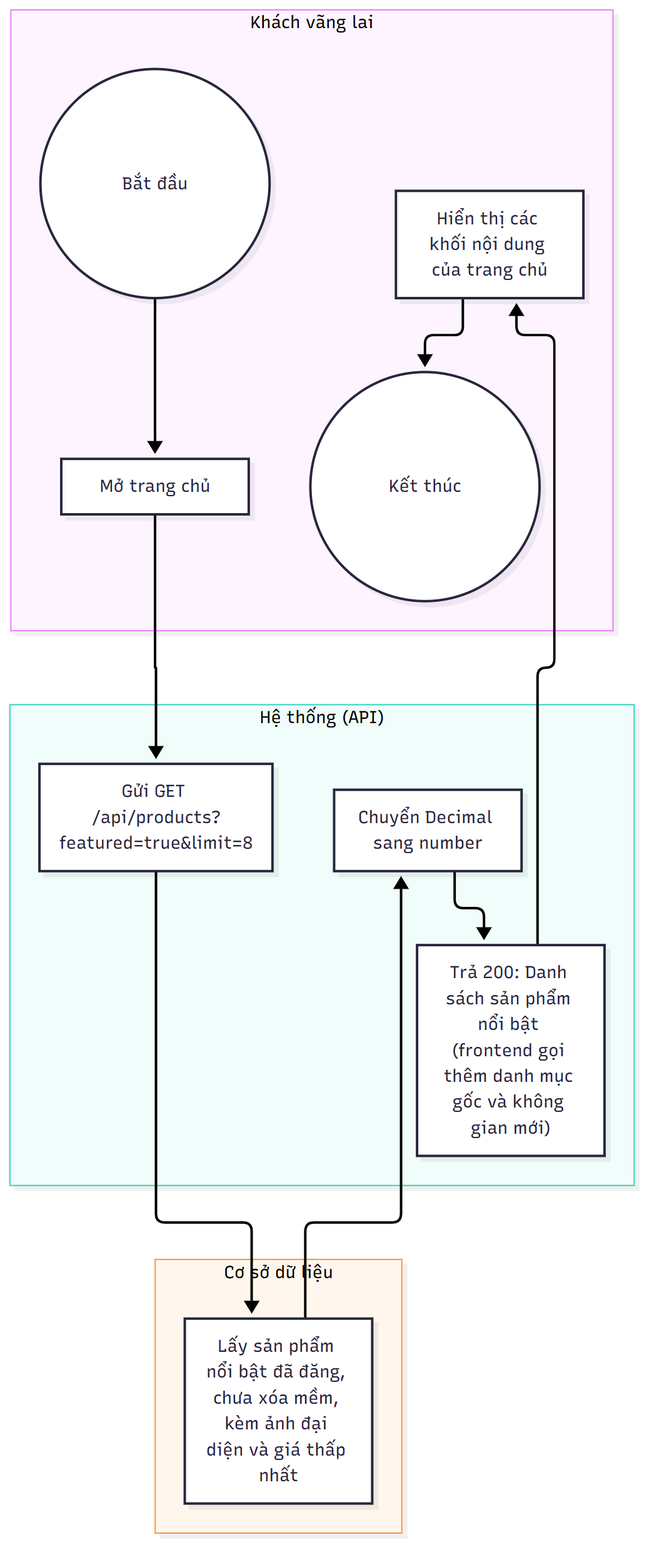
Above: docs/diagrams/png/activity_UC-CAT-01_xem-trang-chu.png in 2431540234-arch/XDUDTMDT (Mermaid), before the change. Its source is kept beside it as docs/diagrams/src/activity_UC-CAT-01_xem-trang-chu.mmd. Its diagram source:
```mermaid
flowchart TD
    subgraph LANE_A["Khách vãng lai"]
        n1(("Bắt đầu"))
        n2["Mở trang chủ"]
        n7["Hiển thị các khối nội dung của trang chủ"]
        n8(("Kết thúc"))
    end
    subgraph LANE_S["Hệ thống (API)"]
        n3["Gửi GET /api/products?featured=true&limit=8"]
        n5["Chuyển Decimal sang number"]
        n6["Trả 200: Danh sách sản phẩm nổi bật (frontend gọi thêm danh mục gốc và không gian mới)"]
    end
    subgraph LANE_D["Cơ sở dữ liệu"]
        n4["Lấy sản phẩm nổi bật đã đăng, chưa xóa mềm, kèm ảnh đại diện và giá thấp nhất"]
    end
    n1 --> n2
    n2 --> n3
    n3 --> n4
    n4 --> n5
    n5 --> n6
    n6 --> n7
    n7 --> n8
```
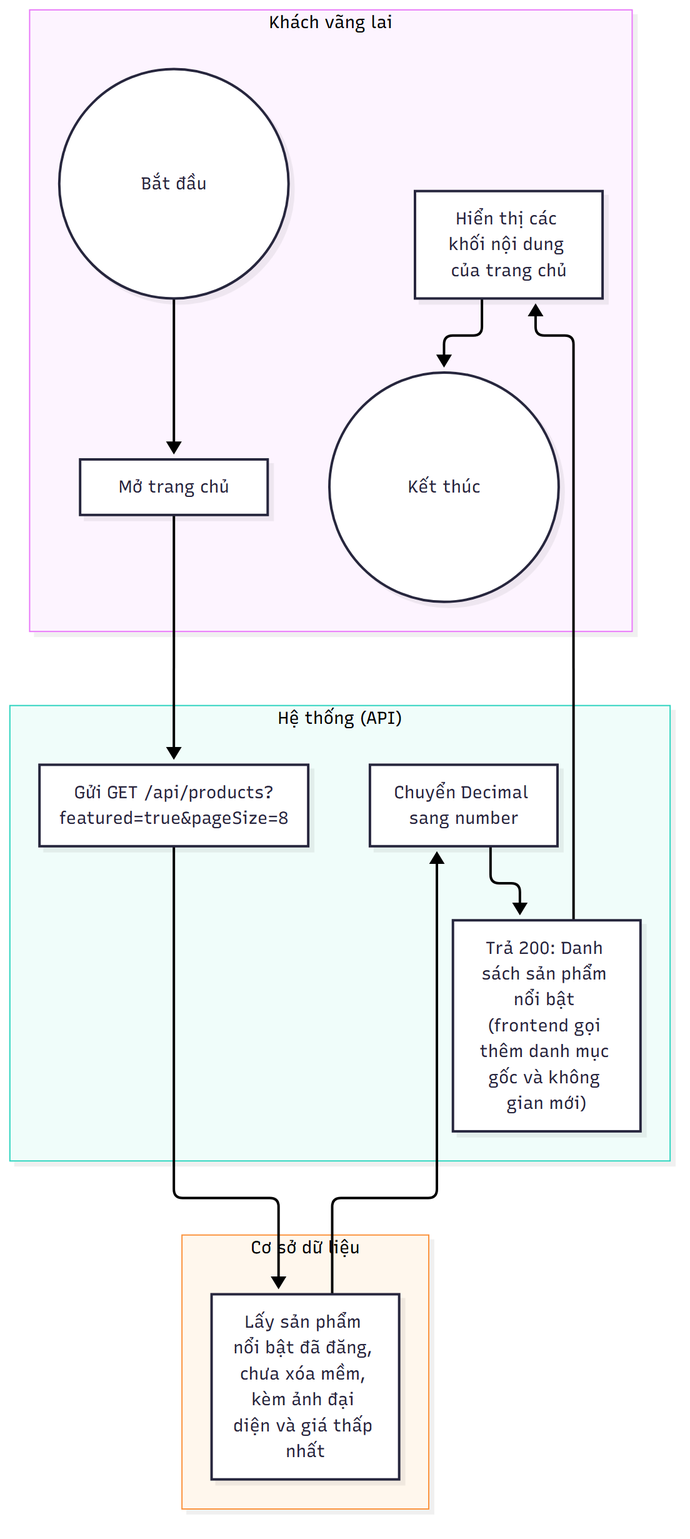
Later version of the same file.

What changed in the source:
```diff
@@ -6,7 +6,7 @@
         n8(("Kết thúc"))
     end
     subgraph LANE_S["Hệ thống (API)"]
-        n3["Gửi GET /api/products?featured=true&limit=8"]
+        n3["Gửi GET /api/products?featured=true&pageSize=8"]
         n5["Chuyển Decimal sang number"]
         n6["Trả 200: Danh sách sản phẩm nổi bật (frontend gọi thêm danh mục gốc và không gian mới)"]
     end
```
